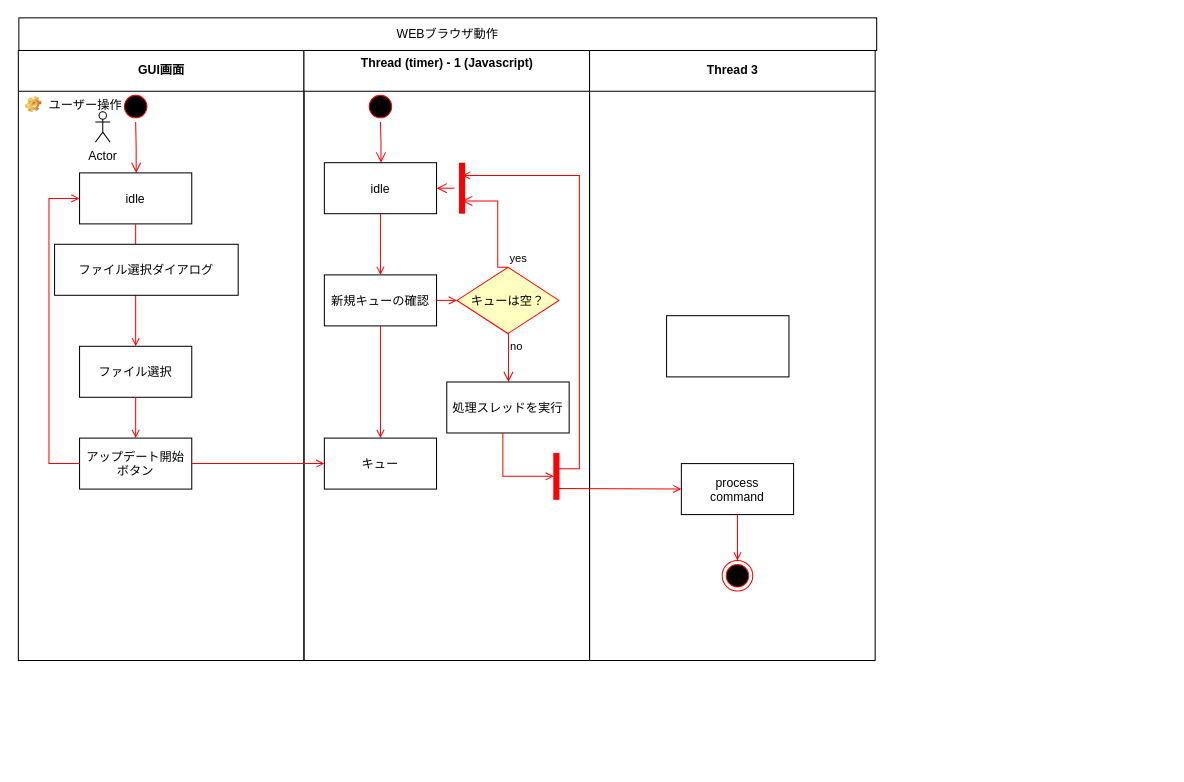
The draw.io diagram Untitled Diagram.drawio in okakousuke/atomsettingdata, before the edit. Source tidied: cells renumbered, new cells numbered last; positions are measured from the earlier drawing's top-left corner, leaving out a move shared by most shapes. Both pictures are drawn from the tidied source at 102%, with x=0, y=0 at pixel (17, 17).
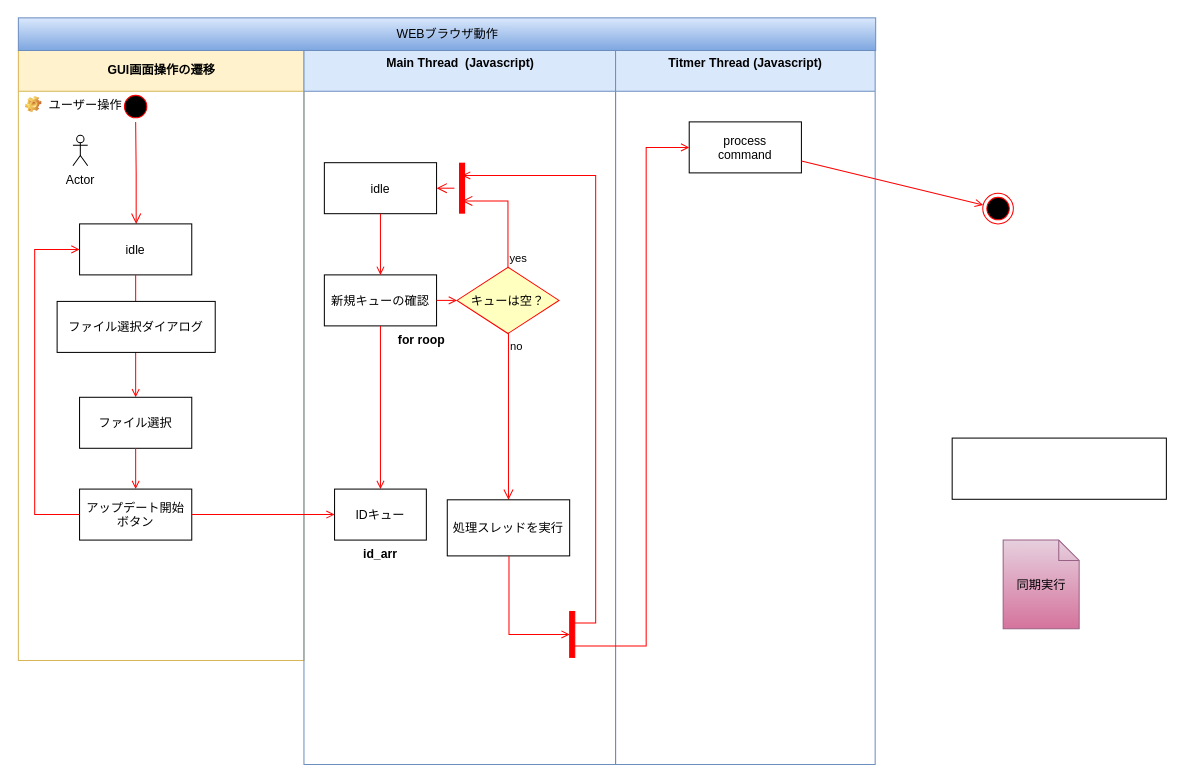
After the change.

Commit message (it also covers changes not shown here):
Untitled Diagram.drawio を更新します

Unchanged cells that the change refers to:
```xml
<mxCell id="17" value="idle" parent="14" vertex="1">
  <mxGeometry x="20" y="110" width="110" height="50" as="geometry" />
</mxCell>
<mxCell id="22" value="キューは空？" style="rhombus;fillColor=#ffffc0;strokeColor=#ff0000;" parent="14" vertex="1">
  <mxGeometry x="150" y="212.5" width="100" height="65" as="geometry" />
</mxCell>
<mxCell id="26" style="shape=line;strokeWidth=6;strokeColor=#ff0000;rotation=90;" parent="14" vertex="1">
  <mxGeometry x="130" y="127.5" width="50" height="15" as="geometry" />
</mxCell>
```

Change to the diagram source:
```diff
@@
-    <mxCell id="2" value="GUI画面" style="swimlane;whiteSpace=wrap;startSize=40;" parent="1" vertex="1">
+    <mxCell id="2" value="GUI画面操作の遷移" style="swimlane;whiteSpace=wrap;startSize=40;fillColor=#fff2cc;strokeColor=#d6b656;" parent="1" vertex="1">
       <mxGeometry x="0.5" y="32" width="280" height="598" as="geometry" />
     </mxCell>
@@
     <mxCell id="5" value="idle" parent="2" vertex="1">
-      <mxGeometry x="60" y="120" width="110" height="50" as="geometry" />
+      <mxGeometry x="60" y="170" width="110" height="50" as="geometry" />
     </mxCell>
     <mxCell id="6" value="ファイル選択" parent="2" vertex="1">
-      <mxGeometry x="60" y="290" width="110" height="50" as="geometry" />
+      <mxGeometry x="60" y="340" width="110" height="50" as="geometry" />
     </mxCell>
@@
     <mxCell id="8" value="アップデート開始&#10;ボタン" parent="2" vertex="1">
-      <mxGeometry x="60" y="380" width="110" height="50" as="geometry" />
+      <mxGeometry x="60" y="430" width="110" height="50" as="geometry" />
     </mxCell>
@@
     <mxCell id="10" style="edgeStyle=elbowEdgeStyle;elbow=horizontal;strokeColor=#FF0000;endArrow=open;endFill=1;rounded=0;" parent="2" edge="1" source="8" target="5">
       <mxGeometry relative="1" as="geometry">
         <Array as="points">
-          <mxPoint x="30" y="250" />
+          <mxPoint x="16" y="320" />
         </Array>
       </mxGeometry>
     </mxCell>
     <mxCell id="11" value="Actor" style="shape=umlActor;verticalLabelPosition=bottom;verticalAlign=top;html=1;" parent="2" vertex="1">
-      <mxGeometry x="75.5" y="60" width="14.5" height="30" as="geometry" />
+      <mxGeometry x="53.5" y="83" width="14.5" height="30" as="geometry" />
     </mxCell>
     <mxCell id="12" value="ファイル選択ダイアログ" parent="2" vertex="1">
-      <mxGeometry x="35.5" y="190" width="180" height="50" as="geometry" />
+      <mxGeometry x="38" y="246" width="155" height="50" as="geometry" />
     </mxCell>
@@
-    <mxCell id="14" value="Thread (timer) - 1 (Javascript)&#10;" style="swimlane;whiteSpace=wrap;startSize=40;" parent="1" vertex="1">
-      <mxGeometry x="280.5" y="32" width="280" height="598" as="geometry" />
+    <mxCell id="14" value="Main Thread  (Javascript)&#10;" style="swimlane;whiteSpace=wrap;startSize=40;fillColor=#dae8fc;strokeColor=#6c8ebf;" parent="1" vertex="1">
+      <mxGeometry x="280.5" y="32" width="305.5" height="700" as="geometry" />
     </mxCell>
-    <mxCell id="15" style="ellipse;shape=startState;fillColor=#000000;strokeColor=#ff0000;" parent="14" vertex="1">
-      <mxGeometry x="60" y="40" width="30" height="30" as="geometry" />
-    </mxCell>
-    <mxCell id="16" style="edgeStyle=elbowEdgeStyle;elbow=horizontal;verticalAlign=bottom;endArrow=open;endSize=8;strokeColor=#FF0000;endFill=1;rounded=0;" parent="14" edge="1" source="15" target="17">
-      <mxGeometry x="40" y="20" as="geometry" />
-    </mxCell>
@@
-    <mxCell id="20" value="キュー" parent="14" vertex="1">
-      <mxGeometry x="20" y="380" width="110" height="50" as="geometry" />
-    </mxCell>
@@
     <mxCell id="23" value="yes" style="edgeStyle=elbowEdgeStyle;elbow=horizontal;align=left;verticalAlign=bottom;endArrow=open;endSize=8;strokeColor=#FF0000;exitX=0.5;exitY=0;endFill=1;rounded=0;entryX=0.75;entryY=0.5;entryPerimeter=0;" parent="14" edge="1" source="22" target="26">
       <mxGeometry x="-1" relative="1" as="geometry">
         <Array as="points">
-          <mxPoint x="190" y="180" />
+          <mxPoint x="200" y="170" />
         </Array>
       </mxGeometry>
     </mxCell>
@@
     <mxCell id="28" value="処理スレッドを実行" parent="14" vertex="1">
-      <mxGeometry x="140" y="325" width="120" height="50" as="geometry" />
+      <mxGeometry x="140.5" y="440.5" width="120" height="55" as="geometry" />
     </mxCell>
     <mxCell id="29" style="whiteSpace=wrap;strokeColor=#FF0000;fillColor=#FF0000;" parent="14" vertex="1">
-      <mxGeometry x="245" y="395" width="5" height="45" as="geometry" />
+      <mxGeometry x="260.5" y="550" width="5" height="45" as="geometry" />
     </mxCell>
     <mxCell id="30" style="edgeStyle=elbowEdgeStyle;elbow=horizontal;entryX=0;entryY=0.5;strokeColor=#FF0000;endArrow=open;endFill=1;rounded=0;" parent="14" edge="1" source="28" target="29">
       <mxGeometry relative="1" as="geometry">
         <Array as="points">
-          <mxPoint x="195" y="400" />
+          <mxPoint x="201" y="530" />
+          <mxPoint x="186" y="573" />
         </Array>
       </mxGeometry>
     </mxCell>
+    <mxCell id="40" value="for roop" style="text;align=center;fontStyle=1;verticalAlign=middle;spacingLeft=3;spacingRight=3;strokeColor=none;" parent="14" vertex="1">
+      <mxGeometry x="75.5" y="270" width="80" height="26" as="geometry" />
+    </mxCell>
+    <mxCell id="41" style="group;" parent="14" vertex="1">
+      <mxGeometry x="30" y="430" width="90" height="76" as="geometry" />
+    </mxCell>
+    <mxCell id="20" value="IDキュー" parent="41" vertex="1">
+      <mxGeometry width="90" height="50" as="geometry" />
+    </mxCell>
+    <mxCell id="42" value="id_arr" style="text;align=center;fontStyle=1;verticalAlign=middle;spacingLeft=3;spacingRight=3;strokeColor=none;" parent="41" vertex="1">
+      <mxGeometry x="12.3" y="50" width="65.5" height="26" as="geometry" />
+    </mxCell>
+    <mxCell id="33" style="edgeStyle=elbowEdgeStyle;elbow=horizontal;strokeColor=#FF0000;endArrow=open;endFill=1;rounded=0;entryX=0.25;entryY=0.5;entryPerimeter=0;exitX=1;exitY=0.25;exitDx=0;exitDy=0;" parent="14" edge="1" source="29" target="26">
+      <mxGeometry relative="1" as="geometry">
+        <Array as="points">
+          <mxPoint x="286" y="340" />
+        </Array>
+      </mxGeometry>
+    </mxCell>
-    <mxCell id="31" value="Thread 3" style="swimlane;whiteSpace=wrap;startSize=40;" parent="1" vertex="1">
-      <mxGeometry x="560.5" y="32" width="280" height="598" as="geometry" />
+    <mxCell id="31" value="Titmer Thread (Javascript)&#10;" style="swimlane;whiteSpace=wrap;startSize=40;fillColor=#dae8fc;strokeColor=#6c8ebf;" parent="1" vertex="1">
+      <mxGeometry x="586" y="32" width="254.5" height="700" as="geometry" />
     </mxCell>
     <mxCell id="32" value="process&#10;command" parent="31" vertex="1">
-      <mxGeometry x="90" y="405" width="110" height="50" as="geometry" />
+      <mxGeometry x="72.2" y="70" width="110" height="50" as="geometry" />
     </mxCell>
-    <mxCell id="33" style="edgeStyle=elbowEdgeStyle;elbow=horizontal;strokeColor=#FF0000;endArrow=open;endFill=1;rounded=0;entryX=0.25;entryY=0.5;entryPerimeter=0;" parent="31" edge="1" target="26">
-      <mxGeometry relative="1" as="geometry">
-        <mxPoint x="-30" y="410" as="sourcePoint" />
-        <Array as="points">
-          <mxPoint x="-10" y="135" />
-        </Array>
-      </mxGeometry>
-    </mxCell>
-    <mxCell id="34" style="edgeStyle=none;strokeColor=#FF0000;endArrow=open;endFill=1;rounded=0;" parent="31" edge="1" target="32">
-      <mxGeometry relative="1" as="geometry">
-        <mxPoint x="-30" y="429.5" as="sourcePoint" />
-      </mxGeometry>
-    </mxCell>
-    <mxCell id="35" style="ellipse;shape=endState;fillColor=#000000;strokeColor=#ff0000;" parent="31" vertex="1">
-      <mxGeometry x="130" y="500" width="30" height="30" as="geometry" />
-    </mxCell>
-    <mxCell id="36" style="endArrow=open;strokeColor=#FF0000;endFill=1;rounded=0;" parent="31" edge="1" source="32" target="35">
-      <mxGeometry relative="1" as="geometry" />
-    </mxCell>
@@
     <mxCell id="38" style="rounded=0;whiteSpace=wrap;html=1;" parent="1" vertex="1">
-      <mxGeometry x="636" y="292" width="120" height="60" as="geometry" />
+      <mxGeometry x="916" y="412" width="210" height="60" as="geometry" />
     </mxCell>
-    <mxCell id="39" value="WEBブラウザ動作" style="rounded=0;whiteSpace=wrap;html=1;" parent="1" vertex="1">
-      <mxGeometry x="1" width="841" height="32" as="geometry" />
+    <mxCell id="39" value="WEBブラウザ動作" style="rounded=0;whiteSpace=wrap;html=1;fillColor=#dae8fc;strokeColor=#6c8ebf;gradientColor=#7ea6e0;" parent="1" vertex="1">
+      <mxGeometry x="0.5" width="840.5" height="32" as="geometry" />
     </mxCell>
+    <mxCell id="35" style="ellipse;shape=endState;fillColor=#000000;strokeColor=#ff0000;" parent="1" vertex="1">
+      <mxGeometry x="946" y="172" width="30" height="30" as="geometry" />
+    </mxCell>
+    <mxCell id="36" style="endArrow=open;strokeColor=#FF0000;endFill=1;rounded=0;" parent="1" edge="1" source="32" target="35">
+      <mxGeometry relative="1" as="geometry" />
+    </mxCell>
+    <mxCell id="43" value="同期実行" style="shape=note;size=20;whiteSpace=wrap;html=1;gradientColor=#d5739d;fillColor=#e6d0de;strokeColor=#996185;" parent="1" vertex="1">
+      <mxGeometry x="966" y="512" width="74.5" height="87" as="geometry" />
+    </mxCell>
+    <mxCell id="44" style="edgeStyle=elbowEdgeStyle;elbow=horizontal;strokeColor=#FF0000;endArrow=open;endFill=1;rounded=0;exitX=0;exitY=0.75;exitDx=0;exitDy=0;" parent="1" edge="1" source="29" target="32">
+      <mxGeometry relative="1" as="geometry">
+        <Array as="points">
+          <mxPoint x="616" y="362" />
+        </Array>
+      </mxGeometry>
+    </mxCell>
```
